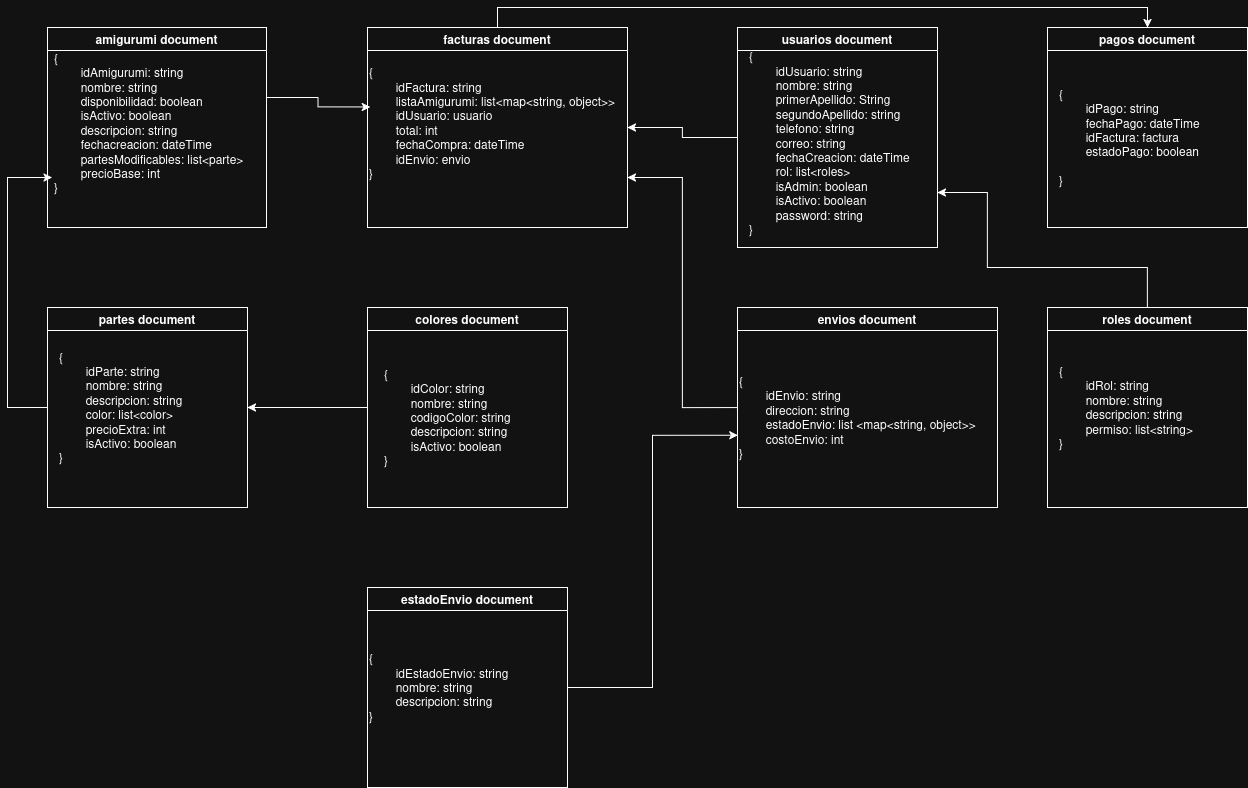
Above: Documentation/Imagenes/DB Camigurumis.png in CarlosOrtizContreras/Camigurumis (draw.io), before the change. Source tidied: cells renumbered, new cells last; positions are measured from the earlier drawing's top-left corner, leaving out a move shared by most shapes.
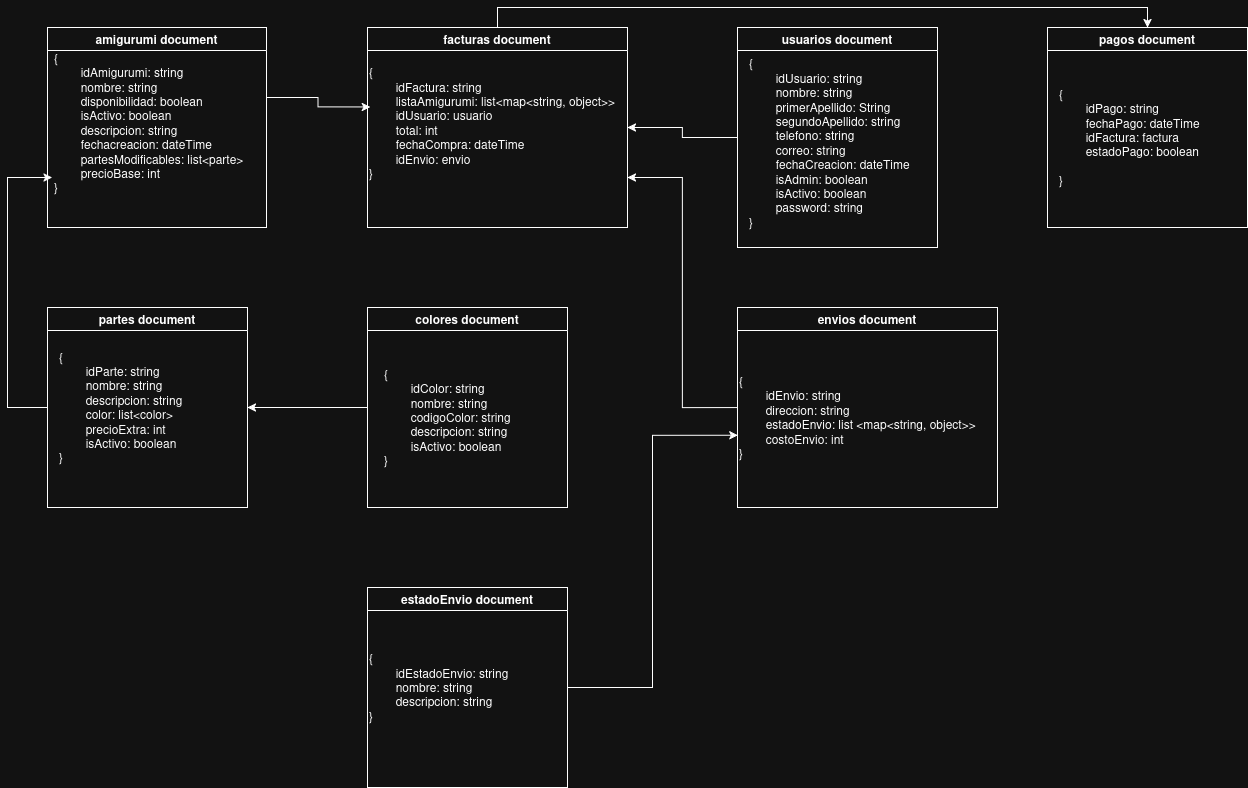
The same file after the commit.

The edit, as a diff of the source:
```diff
@@ -8,7 +8,7 @@
     <mxCell id="3" value="usuarios document" style="swimlane;" parent="1" vertex="1">
       <mxGeometry x="730" width="200" height="220" as="geometry" />
     </mxCell>
-    <mxCell id="4" value="&lt;div align=&quot;left&quot;&gt;{&lt;/div&gt;&lt;div align=&quot;left&quot;&gt;&lt;span style=&quot;white-space: pre;&quot;&gt;&#9;&lt;/span&gt;idUsuario: string&amp;nbsp;&lt;/div&gt;&lt;div align=&quot;left&quot;&gt;&lt;span style=&quot;white-space: pre;&quot;&gt;&#9;&lt;/span&gt;nombre: string&lt;/div&gt;&lt;div align=&quot;left&quot;&gt;&lt;span style=&quot;white-space: pre;&quot;&gt;&#9;&lt;/span&gt;primerApellido: String&lt;/div&gt;&lt;div align=&quot;left&quot;&gt;&lt;span style=&quot;white-space: pre;&quot;&gt;&#9;&lt;/span&gt;segundoApellido: string&lt;/div&gt;&lt;div align=&quot;left&quot;&gt;&lt;span style=&quot;white-space: pre;&quot;&gt;&#9;&lt;/span&gt;telefono: string&lt;/div&gt;&lt;div align=&quot;left&quot;&gt;&lt;span style=&quot;white-space: pre;&quot;&gt;&#9;&lt;/span&gt;correo: string&lt;/div&gt;&lt;div align=&quot;left&quot;&gt;&lt;span style=&quot;white-space: pre;&quot;&gt;&#9;&lt;/span&gt;fechaCreacion: dateTime&lt;/div&gt;&lt;div align=&quot;left&quot;&gt;&lt;span style=&quot;white-space: pre;&quot;&gt;&#9;rol&lt;/span&gt;: list&amp;lt;roles&amp;gt;&lt;/div&gt;&lt;div align=&quot;left&quot;&gt;&lt;span style=&quot;white-space: pre;&quot;&gt;&#9;&lt;/span&gt;isAdmin: boolean&lt;/div&gt;&lt;div align=&quot;left&quot;&gt;&lt;span style=&quot;white-space: pre;&quot;&gt;&#9;isActivo: boolean&lt;/span&gt;&lt;/div&gt;&lt;div align=&quot;left&quot;&gt;&lt;span style=&quot;white-space: pre;&quot;&gt;&lt;span style=&quot;white-space: pre;&quot;&gt;&#9;password: string&lt;/span&gt;&lt;/span&gt;&lt;/div&gt;&lt;div align=&quot;left&quot;&gt;}&lt;/div&gt;&lt;div&gt;&lt;br&gt;&lt;/div&gt;&lt;div&gt;&lt;br&gt;&lt;/div&gt;" style="text;html=1;whiteSpace=wrap;strokeColor=none;fillColor=none;align=left;verticalAlign=middle;rounded=0;" parent="3" vertex="1">
+    <mxCell id="4" value="&lt;div align=&quot;left&quot;&gt;{&lt;/div&gt;&lt;div align=&quot;left&quot;&gt;&lt;span style=&quot;white-space: pre;&quot;&gt;&#9;&lt;/span&gt;idUsuario: string&amp;nbsp;&lt;/div&gt;&lt;div align=&quot;left&quot;&gt;&lt;span style=&quot;white-space: pre;&quot;&gt;&#9;&lt;/span&gt;nombre: string&lt;/div&gt;&lt;div align=&quot;left&quot;&gt;&lt;span style=&quot;white-space: pre;&quot;&gt;&#9;&lt;/span&gt;primerApellido: String&lt;/div&gt;&lt;div align=&quot;left&quot;&gt;&lt;span style=&quot;white-space: pre;&quot;&gt;&#9;&lt;/span&gt;segundoApellido: string&lt;/div&gt;&lt;div align=&quot;left&quot;&gt;&lt;span style=&quot;white-space: pre;&quot;&gt;&#9;&lt;/span&gt;telefono: string&lt;/div&gt;&lt;div align=&quot;left&quot;&gt;&lt;span style=&quot;white-space: pre;&quot;&gt;&#9;&lt;/span&gt;correo: string&lt;/div&gt;&lt;div align=&quot;left&quot;&gt;&lt;span style=&quot;white-space: pre;&quot;&gt;&#9;&lt;/span&gt;fechaCreacion: dateTime&lt;/div&gt;&lt;div align=&quot;left&quot;&gt;&lt;span style=&quot;white-space: pre;&quot;&gt;&#9;&lt;/span&gt;isAdmin: boolean&lt;/div&gt;&lt;div align=&quot;left&quot;&gt;&lt;span style=&quot;white-space: pre;&quot;&gt;&#9;isActivo: boolean&lt;/span&gt;&lt;/div&gt;&lt;div align=&quot;left&quot;&gt;&lt;span style=&quot;white-space: pre;&quot;&gt;&lt;span style=&quot;white-space: pre;&quot;&gt;&#9;password: string&lt;/span&gt;&lt;/span&gt;&lt;/div&gt;&lt;div align=&quot;left&quot;&gt;}&lt;/div&gt;&lt;div&gt;&lt;br&gt;&lt;/div&gt;&lt;div&gt;&lt;br&gt;&lt;/div&gt;" style="text;html=1;whiteSpace=wrap;strokeColor=none;fillColor=none;align=left;verticalAlign=middle;rounded=0;" parent="3" vertex="1">
       <mxGeometry x="10" y="60" width="180" height="140" as="geometry" />
     </mxCell>
     <mxCell id="5" value="amigurumi document" style="swimlane;" parent="1" vertex="1">
@@ -78,20 +78,5 @@
     <mxCell id="24" value="&lt;div&gt;{&lt;/div&gt;&lt;div&gt;&lt;span style=&quot;white-space: pre;&quot;&gt;&#9;&lt;/span&gt;idPago: string&lt;/div&gt;&lt;div&gt;&lt;span style=&quot;white-space: pre;&quot;&gt;&#9;&lt;/span&gt;fechaPago: dateTime&lt;/div&gt;&lt;div&gt;&lt;span style=&quot;white-space: pre;&quot;&gt;&#9;&lt;/span&gt;idFactura: factura&lt;/div&gt;&lt;div&gt;&lt;span style=&quot;white-space: pre;&quot;&gt;&#9;&lt;/span&gt;estadoPago: boolean&lt;/div&gt;&lt;div&gt;&lt;span style=&quot;white-space: pre;&quot;&gt;&#9;&lt;/span&gt;&lt;br&gt;&lt;/div&gt;&lt;div&gt;}&lt;/div&gt;" style="text;html=1;whiteSpace=wrap;strokeColor=none;fillColor=none;align=left;verticalAlign=middle;rounded=0;" parent="1" vertex="1">
       <mxGeometry x="1050" y="30" width="180" height="160" as="geometry" />
     </mxCell>
-    <mxCell id="25" style="edgeStyle=orthogonalEdgeStyle;rounded=0;jettySize=auto;html=1;exitX=0.5;exitY=0;exitDx=0;exitDy=0;entryX=1;entryY=0.75;entryDx=0;entryDy=0;" parent="1" edge="1" source="26" target="3">
-      <mxGeometry relative="1" as="geometry">
-        <Array as="points">
-          <mxPoint x="1140" y="240" />
-          <mxPoint x="980" y="240" />
-          <mxPoint x="980" y="165" />
-        </Array>
-      </mxGeometry>
-    </mxCell>
-    <mxCell id="26" value="roles document" style="swimlane;whiteSpace=wrap;html=1;startSize=23;" parent="1" vertex="1">
-      <mxGeometry x="1040" y="280" width="200" height="200" as="geometry" />
-    </mxCell>
-    <mxCell id="27" value="&lt;div align=&quot;left&quot;&gt;{&lt;/div&gt;&lt;div align=&quot;left&quot;&gt;&lt;span style=&quot;white-space: pre;&quot;&gt;&#9;&lt;/span&gt;idRol: string&lt;/div&gt;&lt;div align=&quot;left&quot;&gt;&lt;span style=&quot;white-space: pre;&quot;&gt;&#9;&lt;/span&gt;nombre: string&lt;/div&gt;&lt;div align=&quot;left&quot;&gt;&lt;span style=&quot;white-space: pre;&quot;&gt;&#9;descripcion: string&lt;/span&gt;&lt;/div&gt;&lt;div align=&quot;left&quot;&gt;&lt;span style=&quot;white-space: pre;&quot;&gt;&lt;span style=&quot;white-space: pre;&quot;&gt;&#9;&lt;/span&gt;permiso: list&amp;lt;string&amp;gt;&lt;/span&gt;&lt;/div&gt;&lt;div align=&quot;left&quot;&gt;}&lt;/div&gt;" style="text;html=1;whiteSpace=wrap;strokeColor=none;fillColor=none;align=left;verticalAlign=middle;rounded=0;" parent="26" vertex="1">
-      <mxGeometry x="10" y="85" width="120" height="30" as="geometry" />
-    </mxCell>
   </root>
 </mxGraphModel>
```
